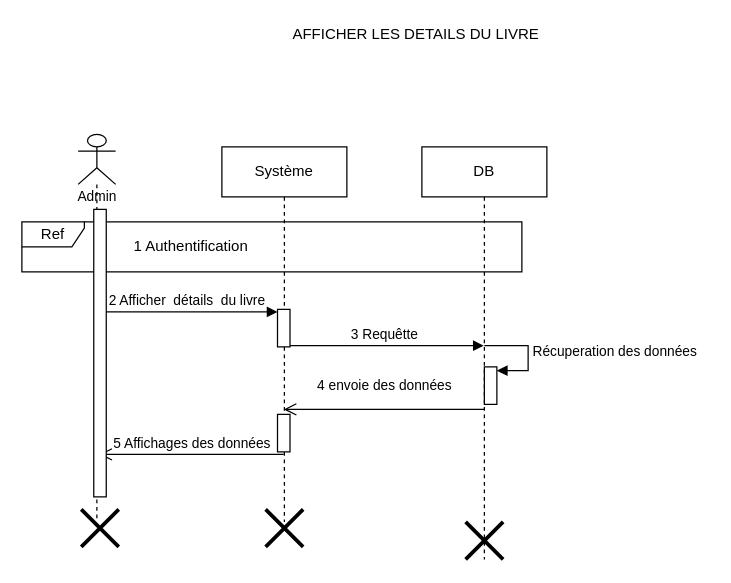
Earlier version of the draw.io diagram page "Detail livre" (14 of 18) of Untitled Diagram.drawio (keidy001/virtual-biblio). Source tidied: cells renumbered, new cells numbered last; positions are measured from the earlier drawing's top-left corner, leaving out a move shared by most shapes. Both pictures are drawn from the tidied source at 125%, with x=0, y=0 at pixel (21, 21).
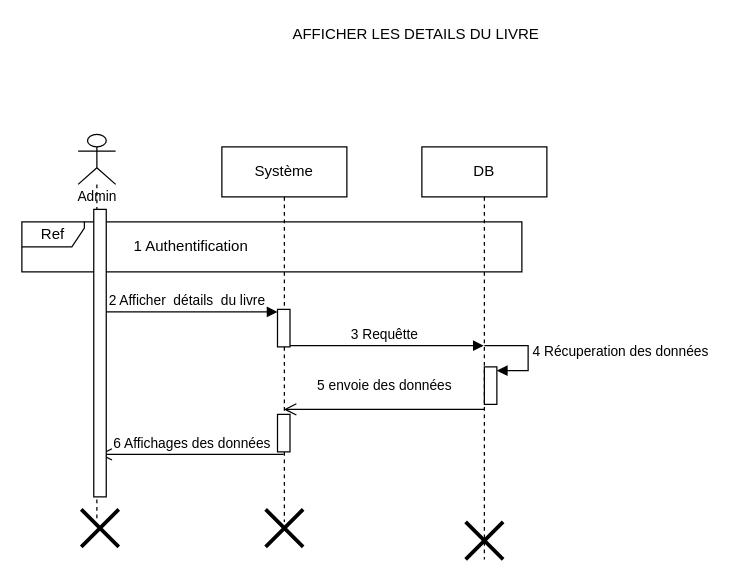
The same diagram, later.

Unchanged cells that the change refers to:
```xml
<mxCell id="3" value="DB" style="shape=umlLifeline;perimeter=lifelinePerimeter;whiteSpace=wrap;html=1;" parent="1" vertex="1">
  <mxGeometry x="320" y="100" width="100" height="330" as="geometry" />
</mxCell>
<mxCell id="7" value="Système" style="shape=umlLifeline;perimeter=lifelinePerimeter;whiteSpace=wrap;html=1;outlineConnect=0;" parent="1" vertex="1">
  <mxGeometry x="160" y="100" width="100" height="300" as="geometry" />
</mxCell>
```

What changed in the source:
```diff
@@
-    <mxCell id="5" value="&lt;font style=&quot;font-size: 11px&quot;&gt;Récuperation des données&lt;/font&gt;" style="edgeStyle=orthogonalEdgeStyle;html=1;align=left;spacingLeft=2;endArrow=block;rounded=0;entryX=1;entryY=0;fontSize=14;" parent="3" edge="1">
+    <mxCell id="5" value="&lt;font style=&quot;font-size: 11px&quot;&gt;4 Récuperation des données&lt;/font&gt;" style="edgeStyle=orthogonalEdgeStyle;html=1;align=left;spacingLeft=2;endArrow=block;rounded=0;entryX=1;entryY=0;fontSize=14;" parent="3" edge="1">
       <mxGeometry x="-0.03" relative="1" as="geometry">
         <mxPoint x="50" y="159" as="sourcePoint" />
         <mxPoint x="60" y="179" as="targetPoint" />
         <Array as="points">
           <mxPoint x="85" y="159" />
         </Array>
       </mxGeometry>
     </mxCell>
@@
-    <mxCell id="10" value="4 envoie des données" style="html=1;verticalAlign=bottom;endArrow=open;endSize=8;rounded=0;exitX=0.783;exitY=0.25;exitDx=0;exitDy=0;exitPerimeter=0;" parent="1" edge="1" target="7">
+    <mxCell id="10" value="5 envoie des données" style="html=1;verticalAlign=bottom;endArrow=open;endSize=8;rounded=0;exitX=0.783;exitY=0.25;exitDx=0;exitDy=0;exitPerimeter=0;" parent="1" edge="1" target="7">
       <mxGeometry y="-10" relative="1" as="geometry">
         <mxPoint x="370.2" y="310" as="sourcePoint" />
       </mxGeometry>
     </mxCell>
@@
-    <mxCell id="15" value="5 Affichages des données" style="html=1;verticalAlign=bottom;endArrow=open;endSize=8;rounded=0;" parent="1" edge="1">
+    <mxCell id="15" value="6 Affichages des données" style="html=1;verticalAlign=bottom;endArrow=open;endSize=8;rounded=0;" parent="1" edge="1">
       <mxGeometry relative="1" as="geometry">
         <mxPoint x="209.5" y="346" as="sourcePoint" />
         <mxPoint x="62" y="346" as="targetPoint" />
       </mxGeometry>
     </mxCell>
```
